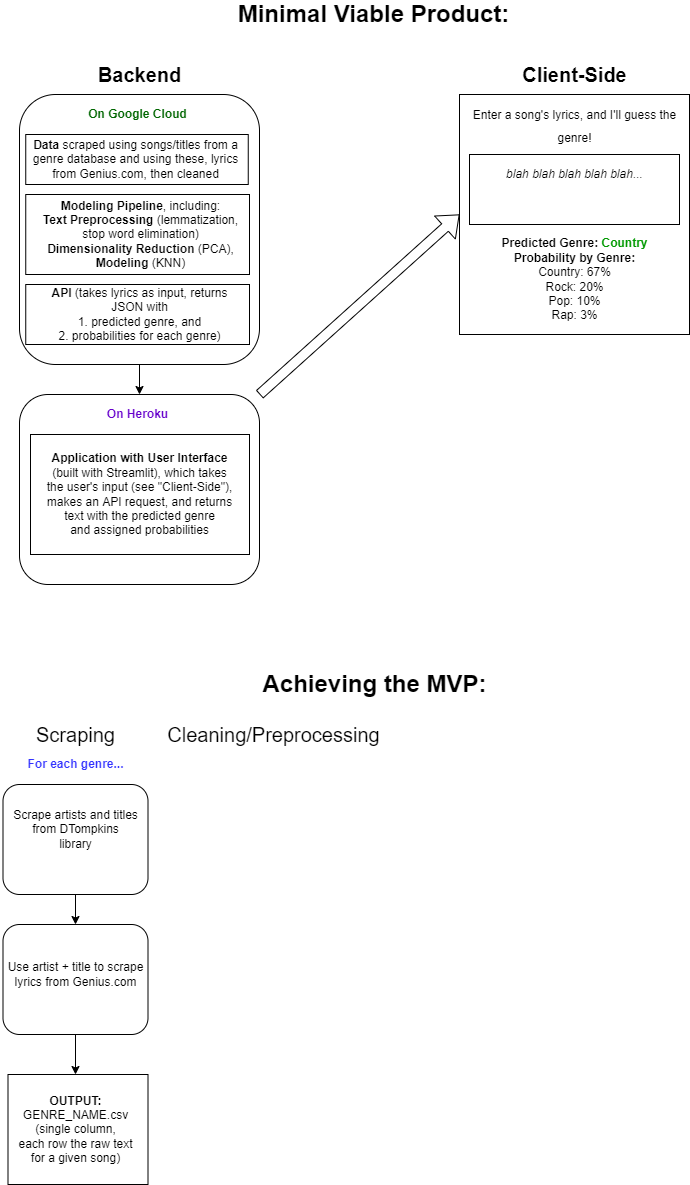
The draw.io diagram gameplan.png in robpasternak/GenreGuesser, before a commit. Source tidied: cells renumbered, new cells last; positions are measured from the earlier drawing's top-left corner, leaving out a move shared by most shapes.
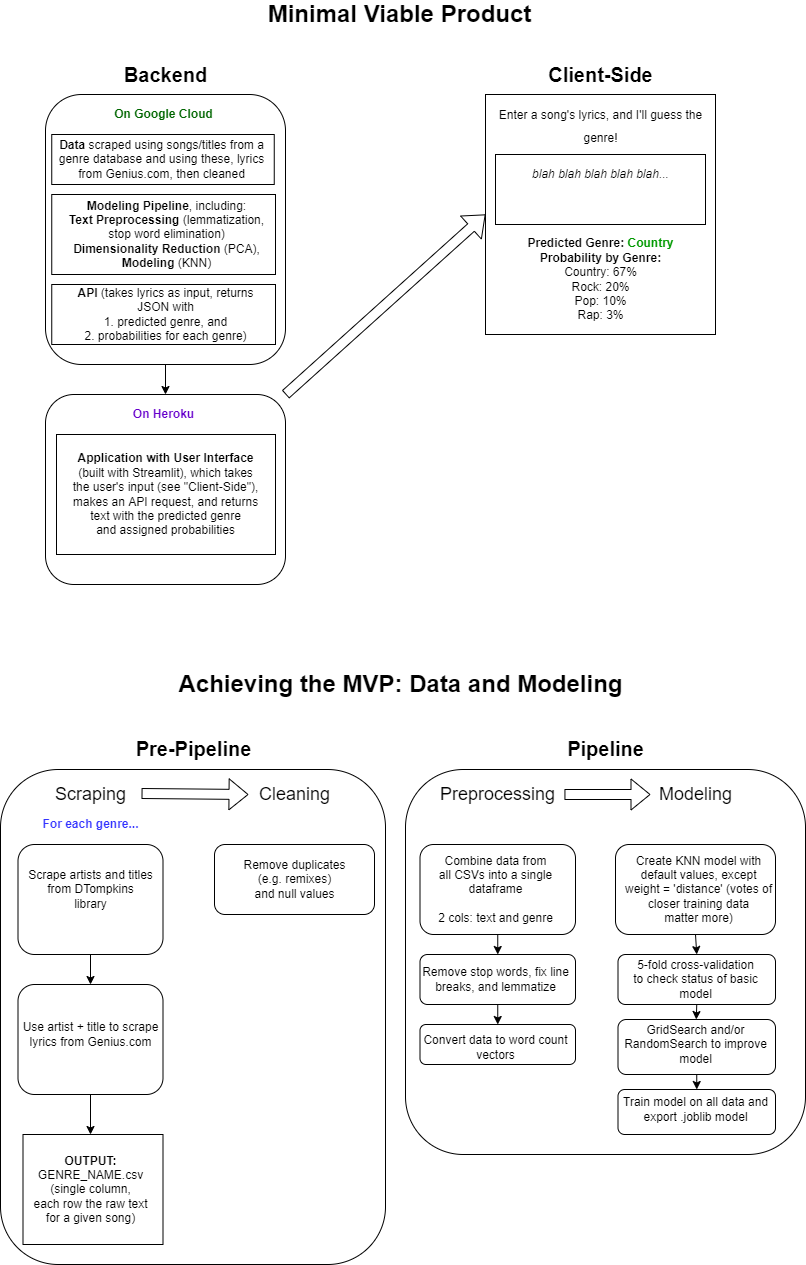
The same file after the commit.

Commit message:
Updated gameplan diagram

Change to the diagram source:
```diff
@@ -2,43 +2,49 @@
   <root>
     <mxCell id="0" />
     <mxCell id="1" parent="0" />
+    <mxCell id="36" style="rounded=1;whiteSpace=wrap;html=1;fontSize=12;fontColor=#000000;" parent="1" vertex="1">
+      <mxGeometry x="379" y="765" width="400" height="385" as="geometry" />
+    </mxCell>
+    <mxCell id="37" style="rounded=1;whiteSpace=wrap;html=1;fontSize=12;fontColor=#000000;" parent="1" vertex="1">
+      <mxGeometry x="-26" y="765" width="385" height="495" as="geometry" />
+    </mxCell>
+    <mxCell id="3" value="&lt;font style=&quot;font-size: 18px&quot;&gt;Scraping&lt;/font&gt;" style="text;html=1;align=center;verticalAlign=middle;points=[];fillColor=none;strokeColor=none;rounded=0;" parent="1" vertex="1">
+      <mxGeometry x="19" y="780" width="90" height="20" as="geometry" />
+    </mxCell>
     <mxCell id="2" style="rounded=1;whiteSpace=wrap;html=1;" parent="1" vertex="1">
-      <mxGeometry x="2.5" y="780" width="145" height="110" as="geometry" />
+      <mxGeometry x="-8.5" y="840" width="145" height="110" as="geometry" />
     </mxCell>
-    <mxCell id="3" value="&lt;font style=&quot;font-size: 20px&quot;&gt;Scraping&lt;/font&gt;" style="text;html=1;align=center;verticalAlign=middle;points=[];fillColor=none;strokeColor=none;rounded=0;" parent="1" vertex="1">
-      <mxGeometry x="30" y="720" width="90" height="20" as="geometry" />
-    </mxCell>
     <mxCell id="4" value="&lt;b&gt;&lt;font color=&quot;#3333ff&quot;&gt;For each genre...&lt;/font&gt;&lt;/b&gt;" style="text;html=1;align=center;verticalAlign=middle;fillColor=none;strokeColor=none;rounded=0;fontSize=12;" parent="1" vertex="1">
-      <mxGeometry x="20" y="750" width="110" height="20" as="geometry" />
+      <mxGeometry x="9" y="810" width="110" height="20" as="geometry" />
     </mxCell>
-    <mxCell id="5" value="Scrape artists and titles&lt;br&gt;from DTompkins&lt;br&gt;library" style="text;html=1;align=center;verticalAlign=middle;fillColor=none;strokeColor=none;rounded=0;fontSize=12;" parent="1" vertex="1">
-      <mxGeometry x="5" y="800" width="140" height="50" as="geometry" />
-    </mxCell>
     <mxCell id="6" style="endArrow=classic;html=1;rounded=0;fontSize=12;exitX=0.5;exitY=1;exitDx=0;exitDy=0;" parent="1" edge="1" source="2" target="8">
       <mxGeometry relative="1" as="geometry" />
     </mxCell>
     <mxCell id="7" style="edgeStyle=orthogonalEdgeStyle;rounded=0;jettySize=auto;html=1;fontSize=12;" parent="1" edge="1" source="8">
       <mxGeometry relative="1" as="geometry">
-        <mxPoint x="75" y="1070" as="targetPoint" />
+        <mxPoint x="64" y="1130" as="targetPoint" />
       </mxGeometry>
     </mxCell>
     <mxCell id="8" style="rounded=1;whiteSpace=wrap;html=1;fontSize=12;" parent="1" vertex="1">
-      <mxGeometry x="2.5" y="920" width="145" height="110" as="geometry" />
+      <mxGeometry x="-8.5" y="980" width="145" height="110" as="geometry" />
     </mxCell>
     <mxCell id="9" value="Use artist + title to scrape&lt;br&gt;lyrics from Genius.com" style="text;html=1;align=center;verticalAlign=middle;fillColor=none;strokeColor=none;rounded=0;fontSize=12;" parent="1" vertex="1">
-      <mxGeometry y="955" width="150" height="30" as="geometry" />
+      <mxGeometry x="-11" y="1015" width="150" height="30" as="geometry" />
     </mxCell>
     <mxCell id="10" style="rounded=0;whiteSpace=wrap;html=1;fontSize=12;" parent="1" vertex="1">
-      <mxGeometry x="7.5" y="1070" width="140" height="110" as="geometry" />
+      <mxGeometry x="-3.5" y="1130" width="140" height="110" as="geometry" />
     </mxCell>
+    <mxCell id="5" value="Scrape artists and titles&lt;br&gt;from DTompkins&lt;br&gt;library" style="text;html=1;align=center;verticalAlign=middle;fillColor=none;strokeColor=none;rounded=0;fontSize=12;" parent="1" vertex="1">
+      <mxGeometry x="-6" y="860" width="140" height="50" as="geometry" />
+    </mxCell>
     <mxCell id="11" value="&lt;b&gt;OUTPUT:&lt;br&gt;&lt;/b&gt;GENRE_NAME.csv&lt;br&gt;(single column,&lt;br&gt;each row the raw text&lt;br&gt;for a given song)" style="text;html=1;align=center;verticalAlign=middle;fillColor=none;strokeColor=none;rounded=0;fontSize=12;" parent="1" vertex="1">
-      <mxGeometry x="10" y="1085" width="130" height="80" as="geometry" />
+      <mxGeometry x="-1" y="1145" width="130" height="80" as="geometry" />
     </mxCell>
-    <mxCell id="12" value="&lt;font style=&quot;font-size: 20px&quot;&gt;Cleaning/Preprocessing&lt;/font&gt;" style="text;html=1;align=center;verticalAlign=middle;points=[];fillColor=none;strokeColor=none;rounded=0;" parent="1" vertex="1">
-      <mxGeometry x="157.5" y="720" width="230" height="20" as="geometry" />
+    <mxCell id="12" value="&lt;font style=&quot;font-size: 18px&quot;&gt;Cleaning&lt;/font&gt;" style="text;html=1;align=center;verticalAlign=middle;points=[];fillColor=none;strokeColor=none;rounded=0;" parent="1" vertex="1">
+      <mxGeometry x="223" y="780" width="90" height="20" as="geometry" />
     </mxCell>
-    <mxCell id="13" value="&lt;font style=&quot;font-size: 24px&quot;&gt;&lt;b&gt;Minimal Viable Product:&lt;/b&gt;&lt;/font&gt;" style="text;html=1;align=center;verticalAlign=middle;fillColor=none;strokeColor=none;rounded=0;fontSize=12;" parent="1" vertex="1">
-      <mxGeometry x="228" width="290" height="20" as="geometry" />
+    <mxCell id="13" value="&lt;font style=&quot;font-size: 24px&quot;&gt;&lt;b&gt;Minimal Viable Product&lt;/b&gt;&lt;/font&gt;" style="text;html=1;align=center;verticalAlign=middle;fillColor=none;strokeColor=none;rounded=0;fontSize=12;" parent="1" vertex="1">
+      <mxGeometry x="233" width="280" height="20" as="geometry" />
     </mxCell>
     <mxCell id="14" value="&lt;font style=&quot;font-size: 20px&quot;&gt;&lt;b&gt;Client-Side&lt;/b&gt;&lt;/font&gt;" style="text;html=1;align=center;verticalAlign=middle;fillColor=none;strokeColor=none;rounded=0;fontSize=24;" parent="1" vertex="1">
       <mxGeometry x="514" y="50" width="120" height="40" as="geometry" />
@@ -61,8 +67,8 @@
     <mxCell id="20" value="&lt;font style=&quot;font-size: 20px&quot;&gt;&lt;b&gt;Backend&lt;/b&gt;&lt;br&gt;&lt;/font&gt;" style="text;html=1;align=center;verticalAlign=middle;fillColor=none;strokeColor=none;rounded=0;fontSize=24;" parent="1" vertex="1">
       <mxGeometry x="89" y="50" width="100" height="40" as="geometry" />
     </mxCell>
-    <mxCell id="21" value="&lt;font style=&quot;font-size: 24px&quot;&gt;&lt;b&gt;Achieving the MVP:&lt;/b&gt;&lt;/font&gt;" style="text;html=1;align=center;verticalAlign=middle;fillColor=none;strokeColor=none;rounded=0;fontSize=12;" parent="1" vertex="1">
-      <mxGeometry x="254" y="670" width="240" height="20" as="geometry" />
+    <mxCell id="21" value="&lt;font style=&quot;font-size: 24px&quot;&gt;&lt;b&gt;Achieving the MVP: Data and Modeling&lt;br&gt;&lt;/b&gt;&lt;/font&gt;" style="text;html=1;align=center;verticalAlign=middle;fillColor=none;strokeColor=none;rounded=0;fontSize=12;" parent="1" vertex="1">
+      <mxGeometry x="144" y="670" width="460" height="20" as="geometry" />
     </mxCell>
     <mxCell id="22" style="rounded=1;whiteSpace=wrap;html=1;fontSize=12;fontColor=#000000;" parent="1" vertex="1">
       <mxGeometry x="19" y="90" width="240" height="270" as="geometry" />
@@ -106,5 +112,86 @@
     <mxCell id="35" style="shape=flexArrow;endArrow=classic;html=1;rounded=0;fontSize=12;fontColor=#000000;exitX=1;exitY=0;exitDx=0;exitDy=0;entryX=0;entryY=0.5;entryDx=0;entryDy=0;" parent="1" edge="1" source="28" target="15">
       <mxGeometry relative="1" as="geometry" />
     </mxCell>
+    <mxCell id="38" style="rounded=1;whiteSpace=wrap;html=1;fontSize=12;fontColor=#006600;" parent="1" vertex="1">
+      <mxGeometry x="188" y="840" width="160" height="70" as="geometry" />
+    </mxCell>
+    <mxCell id="39" value="&lt;font color=&quot;#000000&quot;&gt;Remove duplicates&lt;br&gt;(e.g. remixes)&lt;br&gt;and null values&lt;/font&gt;" style="text;html=1;align=center;verticalAlign=middle;fillColor=none;strokeColor=none;rounded=0;fontSize=12;fontColor=#006600;" parent="1" vertex="1">
+      <mxGeometry x="208" y="850" width="120" height="50" as="geometry" />
+    </mxCell>
+    <mxCell id="40" value="&lt;font style=&quot;font-size: 18px&quot;&gt;Preprocessing&lt;/font&gt;" style="text;html=1;align=center;verticalAlign=middle;points=[];fillColor=none;strokeColor=none;rounded=0;" parent="1" vertex="1">
+      <mxGeometry x="406.2" y="780" width="130" height="20" as="geometry" />
+    </mxCell>
+    <mxCell id="41" value="&lt;font style=&quot;font-size: 20px&quot;&gt;Pre-Pipeline&lt;/font&gt;" style="text;html=1;align=center;verticalAlign=middle;fillColor=none;strokeColor=none;rounded=0;fontSize=18;fontColor=#000000;fontStyle=1;" parent="1" vertex="1">
+      <mxGeometry x="101.5" y="730" width="130" height="30" as="geometry" />
+    </mxCell>
+    <mxCell id="42" value="&lt;font style=&quot;font-size: 20px&quot;&gt;Pipeline&lt;/font&gt;" style="text;html=1;align=center;verticalAlign=middle;fillColor=none;strokeColor=none;rounded=0;fontSize=18;fontColor=#000000;fontStyle=1;" parent="1" vertex="1">
+      <mxGeometry x="534" y="730" width="90" height="30" as="geometry" />
+    </mxCell>
+    <mxCell id="43" style="rounded=1;whiteSpace=wrap;html=1;fontSize=20;fontColor=#000000;" parent="1" vertex="1">
+      <mxGeometry x="393.5" y="840" width="155.5" height="90" as="geometry" />
+    </mxCell>
+    <mxCell id="44" value="&lt;font color=&quot;#000000&quot;&gt;Combine data from&lt;br&gt;all CSVs into a single&lt;br&gt;dataframe&lt;br&gt;&lt;br&gt;2 cols: text and genre&lt;br&gt;&lt;/font&gt;" style="text;html=1;align=center;verticalAlign=middle;fillColor=none;strokeColor=none;rounded=0;fontSize=12;fontColor=#006600;" parent="1" vertex="1">
+      <mxGeometry x="404" y="845" width="130" height="80" as="geometry" />
+    </mxCell>
+    <mxCell id="45" style="rounded=1;whiteSpace=wrap;html=1;fontSize=12;fontColor=#000000;" parent="1" vertex="1">
+      <mxGeometry x="393.5" y="950" width="155.5" height="50" as="geometry" />
+    </mxCell>
+    <mxCell id="46" value="Remove stop words, fix line&lt;br&gt;breaks, and lemmatize" style="text;html=1;align=center;verticalAlign=middle;fillColor=none;strokeColor=none;rounded=0;fontSize=12;fontColor=#000000;" parent="1" vertex="1">
+      <mxGeometry x="389" y="960" width="160" height="30" as="geometry" />
+    </mxCell>
+    <mxCell id="47" style="endArrow=classic;html=1;rounded=0;fontSize=12;fontColor=#000000;exitX=0.5;exitY=1;exitDx=0;exitDy=0;entryX=0.5;entryY=0;entryDx=0;entryDy=0;" parent="1" edge="1" source="43" target="45">
+      <mxGeometry relative="1" as="geometry" />
+    </mxCell>
+    <mxCell id="48" style="shape=flexArrow;endArrow=classic;html=1;rounded=0;fontSize=12;fontColor=#000000;exitX=1.067;exitY=0.45;exitDx=0;exitDy=0;exitPerimeter=0;entryX=-0.011;entryY=0.5;entryDx=0;entryDy=0;entryPerimeter=0;" parent="1" edge="1" source="3" target="12">
+      <mxGeometry relative="1" as="geometry" />
+    </mxCell>
+    <mxCell id="49" style="rounded=1;whiteSpace=wrap;html=1;fontSize=12;fontColor=#000000;" parent="1" vertex="1">
+      <mxGeometry x="393.5" y="1020" width="155.5" height="40" as="geometry" />
+    </mxCell>
+    <mxCell id="50" value="Convert data to word count&lt;br&gt;vectors" style="text;html=1;align=center;verticalAlign=middle;fillColor=none;strokeColor=none;rounded=0;fontSize=12;fontColor=#000000;" parent="1" vertex="1">
+      <mxGeometry x="389" y="1027.5" width="160" height="30" as="geometry" />
+    </mxCell>
+    <mxCell id="51" style="endArrow=classic;html=1;rounded=0;fontSize=12;fontColor=#000000;exitX=0.5;exitY=1;exitDx=0;exitDy=0;entryX=0.5;entryY=0;entryDx=0;entryDy=0;" parent="1" edge="1" source="45" target="49">
+      <mxGeometry relative="1" as="geometry" />
+    </mxCell>
+    <mxCell id="52" value="&lt;font style=&quot;font-size: 18px&quot;&gt;Modeling&lt;br&gt;&lt;/font&gt;" style="text;html=1;align=center;verticalAlign=middle;points=[];fillColor=none;strokeColor=none;rounded=0;" parent="1" vertex="1">
+      <mxGeometry x="624" y="780" width="90" height="20" as="geometry" />
+    </mxCell>
+    <mxCell id="53" style="rounded=1;whiteSpace=wrap;html=1;fontSize=12;fontColor=#000000;" parent="1" vertex="1">
+      <mxGeometry x="589" y="840" width="160" height="90" as="geometry" />
+    </mxCell>
+    <mxCell id="54" value="Create KNN model with&lt;br&gt;default values, except&lt;br&gt;weight = 'distance' (votes of&lt;br&gt;closer training data&lt;br&gt;matter more)" style="text;html=1;align=center;verticalAlign=middle;fillColor=none;strokeColor=none;rounded=0;fontSize=12;fontColor=#000000;" parent="1" vertex="1">
+      <mxGeometry x="591.5" y="845" width="160" height="80" as="geometry" />
+    </mxCell>
+    <mxCell id="55" style="rounded=1;whiteSpace=wrap;html=1;fontSize=12;fontColor=#000000;" parent="1" vertex="1">
+      <mxGeometry x="591.5" y="950" width="157.5" height="50" as="geometry" />
+    </mxCell>
+    <mxCell id="56" value="5-fold cross-validation&lt;br&gt;to check status of basic&lt;br&gt;model" style="text;html=1;align=center;verticalAlign=middle;fillColor=none;strokeColor=none;rounded=0;fontSize=12;fontColor=#000000;" parent="1" vertex="1">
+      <mxGeometry x="599" y="950" width="140" height="50" as="geometry" />
+    </mxCell>
+    <mxCell id="57" style="rounded=1;whiteSpace=wrap;html=1;fontSize=12;fontColor=#000000;" parent="1" vertex="1">
+      <mxGeometry x="591.5" y="1015" width="157.5" height="55" as="geometry" />
+    </mxCell>
+    <mxCell id="58" value="GridSearch and/or&lt;br&gt;RandomSearch to improve&lt;br&gt;model" style="text;html=1;align=center;verticalAlign=middle;points=[];fillColor=none;strokeColor=none;rounded=0;fontSize=12;fontColor=#000000;" parent="1" vertex="1">
+      <mxGeometry x="589" y="1015" width="160" height="50" as="geometry" />
+    </mxCell>
+    <mxCell id="59" style="endArrow=classic;html=1;rounded=0;fontSize=12;fontColor=#000000;exitX=0.5;exitY=1;exitDx=0;exitDy=0;entryX=0.5;entryY=0;entryDx=0;entryDy=0;" parent="1" edge="1" source="53" target="55">
+      <mxGeometry relative="1" as="geometry" />
+    </mxCell>
+    <mxCell id="60" style="endArrow=classic;html=1;rounded=0;fontSize=12;fontColor=#000000;exitX=0.5;exitY=1;exitDx=0;exitDy=0;" parent="1" edge="1" source="55" target="58">
+      <mxGeometry relative="1" as="geometry" />
+    </mxCell>
+    <mxCell id="61" style="rounded=1;whiteSpace=wrap;html=1;fontSize=12;fontColor=#000000;" parent="1" vertex="1">
+      <mxGeometry x="591.5" y="1085" width="157.5" height="45" as="geometry" />
+    </mxCell>
+    <mxCell id="62" value="Train model on all data and&lt;br&gt;export .joblib model" style="text;html=1;align=center;verticalAlign=middle;fillColor=none;strokeColor=none;rounded=0;fontSize=12;fontColor=#000000;" parent="1" vertex="1">
+      <mxGeometry x="589" y="1090" width="160" height="30" as="geometry" />
+    </mxCell>
+    <mxCell id="63" style="endArrow=classic;html=1;rounded=0;fontSize=12;fontColor=#000000;exitX=0.5;exitY=1;exitDx=0;exitDy=0;entryX=0.5;entryY=0;entryDx=0;entryDy=0;" parent="1" edge="1" source="57" target="61">
+      <mxGeometry relative="1" as="geometry" />
+    </mxCell>
+    <mxCell id="64" style="shape=flexArrow;endArrow=classic;html=1;rounded=0;fontSize=12;fontColor=#000000;exitX=1.013;exitY=0.5;exitDx=0;exitDy=0;exitPerimeter=0;entryX=0;entryY=0.5;entryDx=0;entryDy=0;entryPerimeter=0;" parent="1" edge="1" source="40" target="52">
+      <mxGeometry relative="1" as="geometry" />
+    </mxCell>
   </root>
 </mxGraphModel>
```
